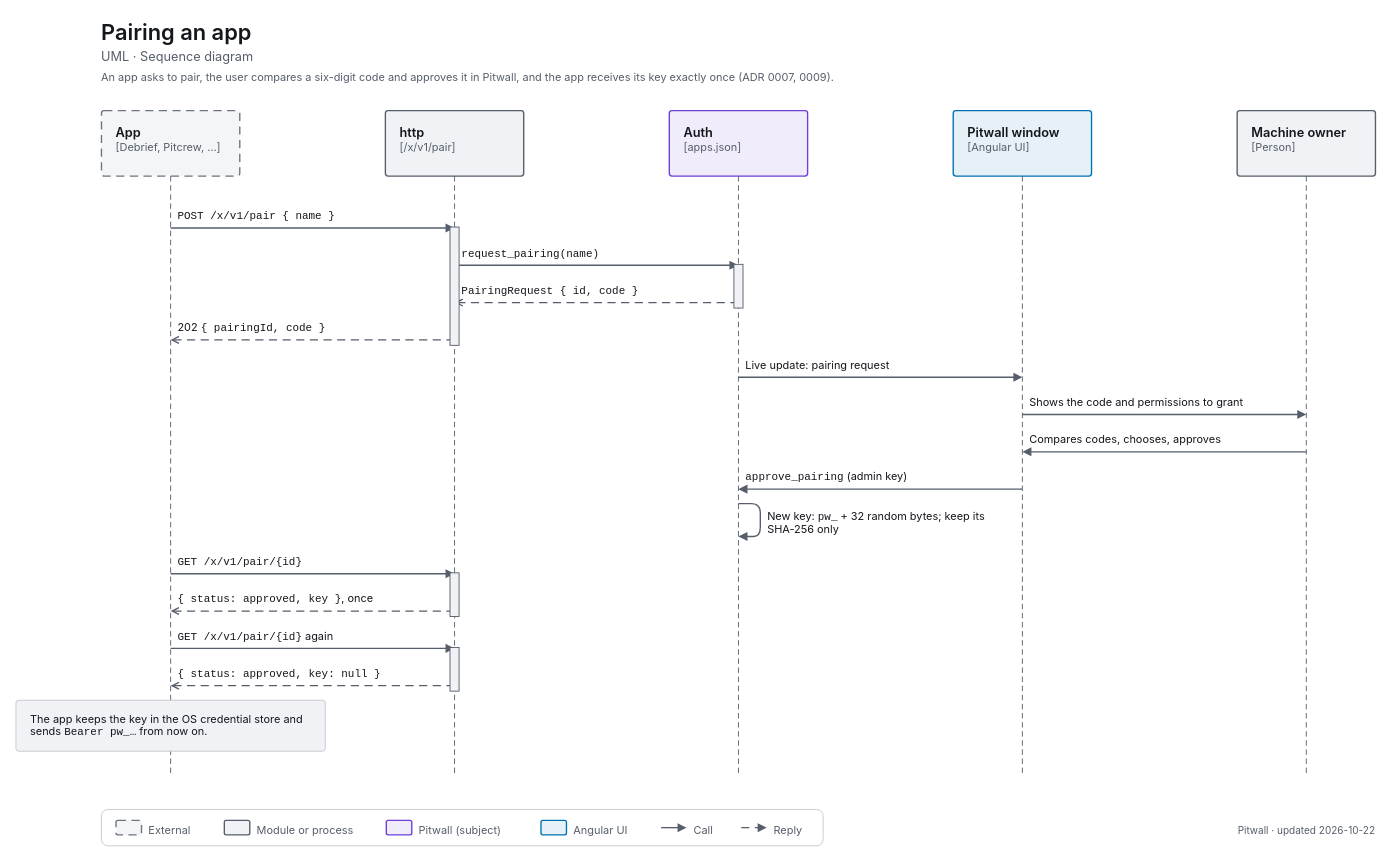
This is apps/pitwall/docs/diagrams/uml-seq-pairing.drawio from decryp7/paddock, a draw.io file, before an edit. Source tidied: cells renumbered, new cells numbered last; positions are measured from the earlier drawing's top-left corner, leaving out a move shared by most shapes. Both pictures are drawn from the tidied source at 91%, with x=0, y=0 at pixel (15, 15).
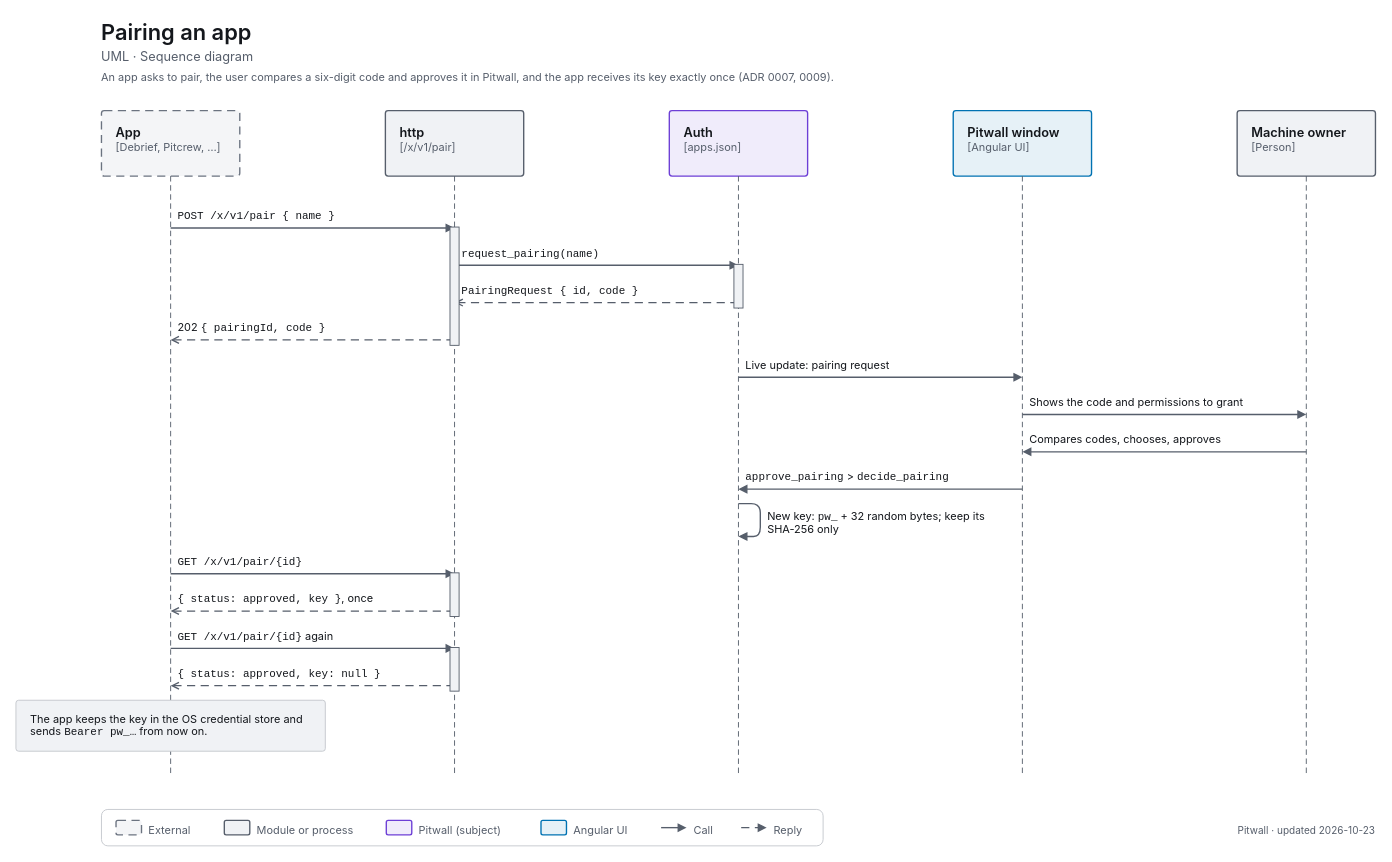
The same diagram, later.

Change to the diagram source:
```diff
@@
-    <mxCell id="29" value="&lt;span style=&quot;font-size:12px;font-weight:400&quot;&gt;&lt;span style=&quot;font-family:ui-monospace,SF Mono,Cascadia Mono,Consolas,monospace;white-space:nowrap&quot;&gt;approve_pairing&lt;/span&gt; (admin key)&lt;/span&gt;" style="html=1;whiteSpace=wrap;fontFamily=-apple-system,BlinkMacSystemFont,Segoe UI,system-ui,sans-serif;fontSize=12;fontColor=light-dark(#14171C,#ECEEF1);text;strokeColor=none;fillColor=none;align=left;verticalAlign=top;spacing=0;fontColor=light-dark(#14171C,#ECEEF1);" parent="1" vertex="1">
-      <mxGeometry x="802" y="495" width="197" height="16" as="geometry" />
+    <mxCell id="29" value="&lt;span style=&quot;font-size:12px;font-weight:400&quot;&gt;&lt;span style=&quot;font-family:ui-monospace,SF Mono,Cascadia Mono,Consolas,monospace;white-space:nowrap&quot;&gt;approve_pairing&lt;/span&gt; &amp;gt; &lt;span style=&quot;font-family:ui-monospace,SF Mono,Cascadia Mono,Consolas,monospace;white-space:nowrap&quot;&gt;decide_pairing&lt;/span&gt;&lt;/span&gt;" style="html=1;whiteSpace=wrap;fontFamily=-apple-system,BlinkMacSystemFont,Segoe UI,system-ui,sans-serif;fontSize=12;fontColor=light-dark(#14171C,#ECEEF1);text;strokeColor=none;fillColor=none;align=left;verticalAlign=top;spacing=0;fontColor=light-dark(#14171C,#ECEEF1);" parent="1" vertex="1">
+      <mxGeometry x="802" y="495" width="248" height="16" as="geometry" />
     </mxCell>
@@
-    <mxCell id="59" value="&lt;span style=&quot;font-size:11px;font-weight:400&quot;&gt;Pitwall · updated 2026-10-22&lt;/span&gt;" style="html=1;whiteSpace=wrap;fontFamily=-apple-system,BlinkMacSystemFont,Segoe UI,system-ui,sans-serif;fontSize=12;fontColor=light-dark(#14171C,#ECEEF1);text;strokeColor=none;fillColor=none;align=right;verticalAlign=top;spacing=0;fontColor=light-dark(#565E6B,#A0A7B2);" parent="1" vertex="1">
+    <mxCell id="59" value="&lt;span style=&quot;font-size:11px;font-weight:400&quot;&gt;Pitwall · updated 2026-10-23&lt;/span&gt;" style="html=1;whiteSpace=wrap;fontFamily=-apple-system,BlinkMacSystemFont,Segoe UI,system-ui,sans-serif;fontSize=12;fontColor=light-dark(#14171C,#ECEEF1);text;strokeColor=none;fillColor=none;align=right;verticalAlign=top;spacing=0;fontColor=light-dark(#565E6B,#A0A7B2);" parent="1" vertex="1">
       <mxGeometry x="1134" y="883" width="360" height="18" as="geometry" />
     </mxCell>
```
